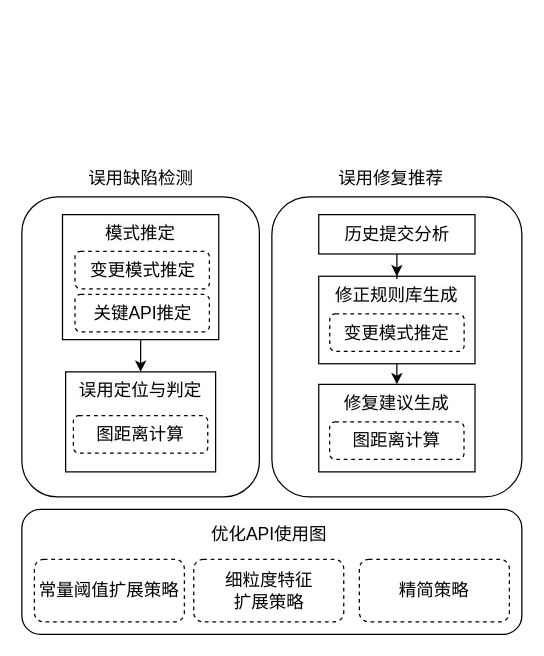
Earlier version of the draw.io diagram 新整体架构.drawio (ToJ112/pic-md). Source tidied: cells renumbered, new cells numbered last; positions are measured from the earlier drawing's top-left corner, leaving out a move shared by most shapes. Both pictures are drawn from the tidied source at 125%, with x=0, y=0 at pixel (21, 159).
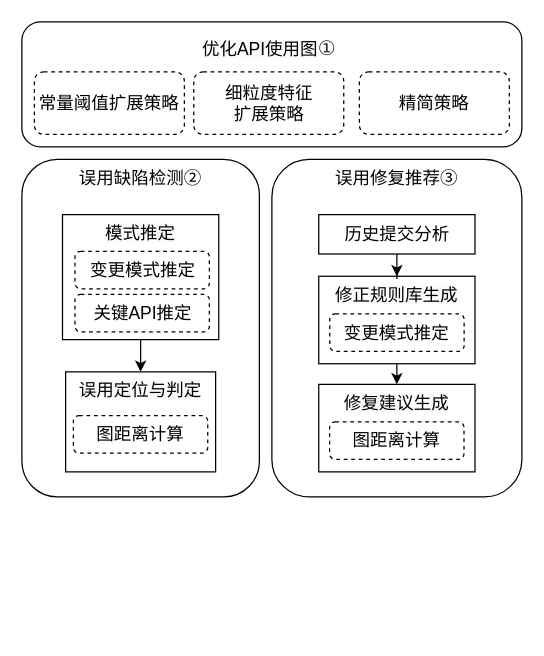
The same diagram, later.

Commit message (it also covers changes not shown here):
更新新整体架构.drawio

The edit, as a diff of the source:
```diff
@@
     <mxCell id="2" style="rounded=1;whiteSpace=wrap;html=1;fontFamily=宋体-简;fontSize=14;" parent="1" vertex="1">
-      <mxGeometry x="200" y="30" width="200" height="240" as="geometry" />
+      <mxGeometry x="200" width="200" height="270" as="geometry" />
     </mxCell>
     <mxCell id="3" style="rounded=1;whiteSpace=wrap;html=1;fontFamily=宋体-简;fontSize=14;" parent="1" vertex="1">
-      <mxGeometry y="30" width="190" height="240" as="geometry" />
+      <mxGeometry width="190" height="270" as="geometry" />
     </mxCell>
@@
-    <mxCell id="6" value="误用缺陷检测" style="text;html=1;align=center;verticalAlign=middle;whiteSpace=wrap;rounded=0;fontFamily=宋体-简;fontSize=14;" parent="1" vertex="1">
-      <mxGeometry x="42.5" width="105" height="30" as="geometry" />
+    <mxCell id="6" value="误用缺陷检测②" style="text;html=1;align=center;verticalAlign=middle;whiteSpace=wrap;rounded=0;fontFamily=宋体-简;fontSize=14;" parent="1" vertex="1">
+      <mxGeometry x="41.2" width="107.5" height="30" as="geometry" />
     </mxCell>
-    <mxCell id="7" value="误用修复推荐" style="text;html=1;align=center;verticalAlign=middle;whiteSpace=wrap;rounded=0;fontFamily=宋体-简;fontSize=14;" parent="1" vertex="1">
-      <mxGeometry x="247.5" width="95" height="30" as="geometry" />
+    <mxCell id="7" value="误用修复推荐③" style="text;html=1;align=center;verticalAlign=middle;whiteSpace=wrap;rounded=0;fontFamily=宋体-简;fontSize=14;" parent="1" vertex="1">
+      <mxGeometry x="240" width="120" height="30" as="geometry" />
     </mxCell>
     <mxCell id="8" style="rounded=1;whiteSpace=wrap;html=1;fontFamily=宋体-简;fontSize=14;" parent="1" vertex="1">
-      <mxGeometry y="280" width="400" height="100" as="geometry" />
+      <mxGeometry y="-110" width="400" height="100" as="geometry" />
     </mxCell>
@@
-    <mxCell id="11" value="&lt;span style=&quot;color: rgb(0, 0, 0); font-family: 宋体-简; font-size: 14px; font-style: normal; font-variant-ligatures: normal; font-variant-caps: normal; font-weight: 400; letter-spacing: normal; orphans: 2; text-indent: 0px; text-transform: none; widows: 2; word-spacing: 0px; -webkit-text-stroke-width: 0px; white-space: normal; background-color: rgb(251, 251, 251); text-decoration-thickness: initial; text-decoration-style: initial; text-decoration-color: initial; float: none; display: inline !important;&quot;&gt;优化API使用图&lt;/span&gt;" style="text;whiteSpace=wrap;html=1;align=center;" parent="1" vertex="1">
-      <mxGeometry x="102.5" y="285" width="190" height="40" as="geometry" />
+    <mxCell id="11" value="&lt;font face=&quot;宋体-简&quot;&gt;&lt;span style=&quot;color: rgb(0, 0, 0); font-size: 14px; font-style: normal; font-variant-ligatures: normal; font-variant-caps: normal; font-weight: 400; letter-spacing: normal; orphans: 2; text-indent: 0px; text-transform: none; widows: 2; word-spacing: 0px; -webkit-text-stroke-width: 0px; white-space: normal; background-color: rgb(251, 251, 251); text-decoration-thickness: initial; text-decoration-style: initial; text-decoration-color: initial; float: none; display: inline !important;&quot;&gt;优化API使用图&lt;/span&gt;&lt;span style=&quot;color: rgb(51, 51, 51); font-size: 16px; text-align: start; background-color: rgb(255, 255, 255);&quot;&gt;①&lt;/span&gt;&lt;/font&gt;" style="text;whiteSpace=wrap;html=1;align=center;" parent="1" vertex="1">
+      <mxGeometry x="102.5" y="-105" width="190" height="40" as="geometry" />
     </mxCell>
     <mxCell id="12" value="常量阈值扩展策略" style="rounded=1;whiteSpace=wrap;html=1;fontFamily=宋体-简;fontSize=14;dashed=1;" parent="1" vertex="1">
-      <mxGeometry x="10" y="320" width="120" height="50" as="geometry" />
+      <mxGeometry x="10" y="-70" width="120" height="50" as="geometry" />
     </mxCell>
     <mxCell id="13" value="细粒度特征&lt;div&gt;扩展策略&lt;/div&gt;" style="rounded=1;whiteSpace=wrap;html=1;fontFamily=宋体-简;fontSize=14;dashed=1;" parent="1" vertex="1">
-      <mxGeometry x="137.5" y="320" width="120" height="50" as="geometry" />
+      <mxGeometry x="137.5" y="-70" width="120" height="50" as="geometry" />
     </mxCell>
     <mxCell id="14" value="精简策略" style="rounded=1;whiteSpace=wrap;html=1;fontFamily=宋体-简;fontSize=14;dashed=1;" parent="1" vertex="1">
-      <mxGeometry x="270" y="320" width="120" height="50" as="geometry" />
+      <mxGeometry x="270" y="-70" width="120" height="50" as="geometry" />
     </mxCell>
```
